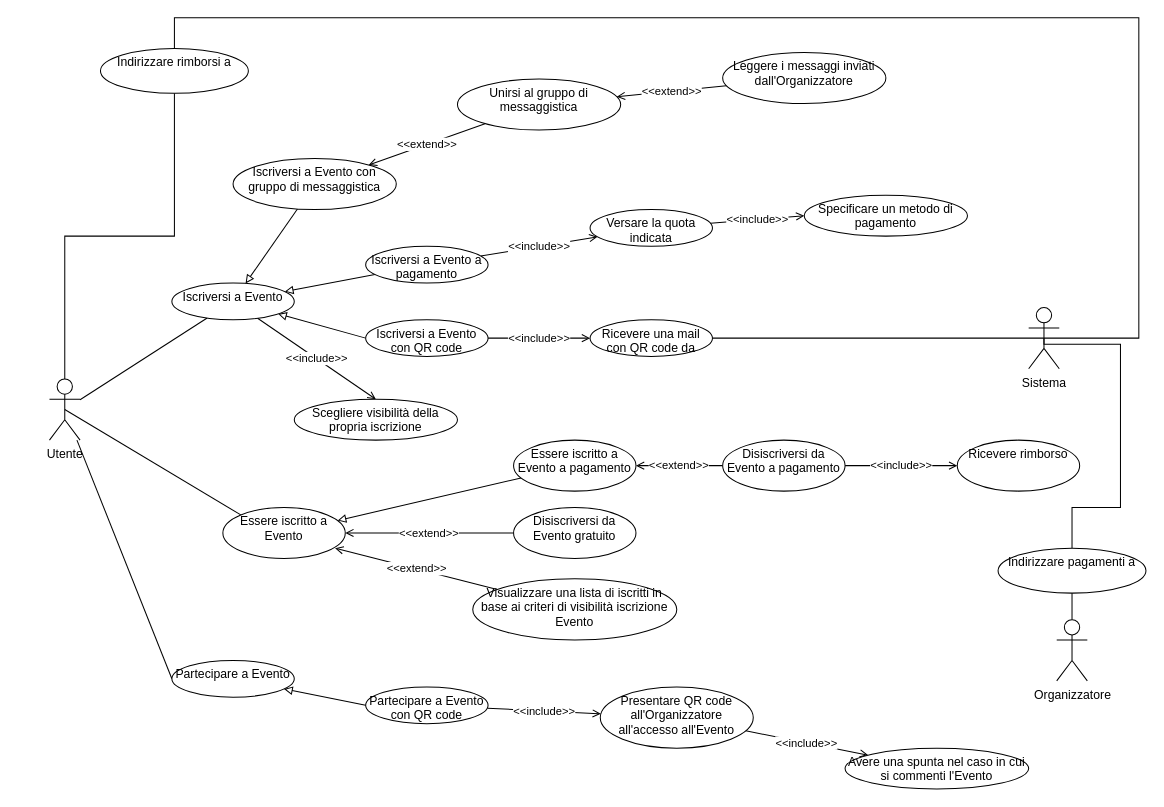
The draw.io diagram UseCase/RF15_Iscrizione_Evento/Iscrizione_Evento.drawio in 4spot-team/documentation, before the edit. Source tidied: cells renumbered, new cells numbered last; positions are measured from the earlier drawing's top-left corner, leaving out a move shared by most shapes. Both pictures are drawn from the tidied source at 102%, with x=0, y=0 at pixel (49, 17).
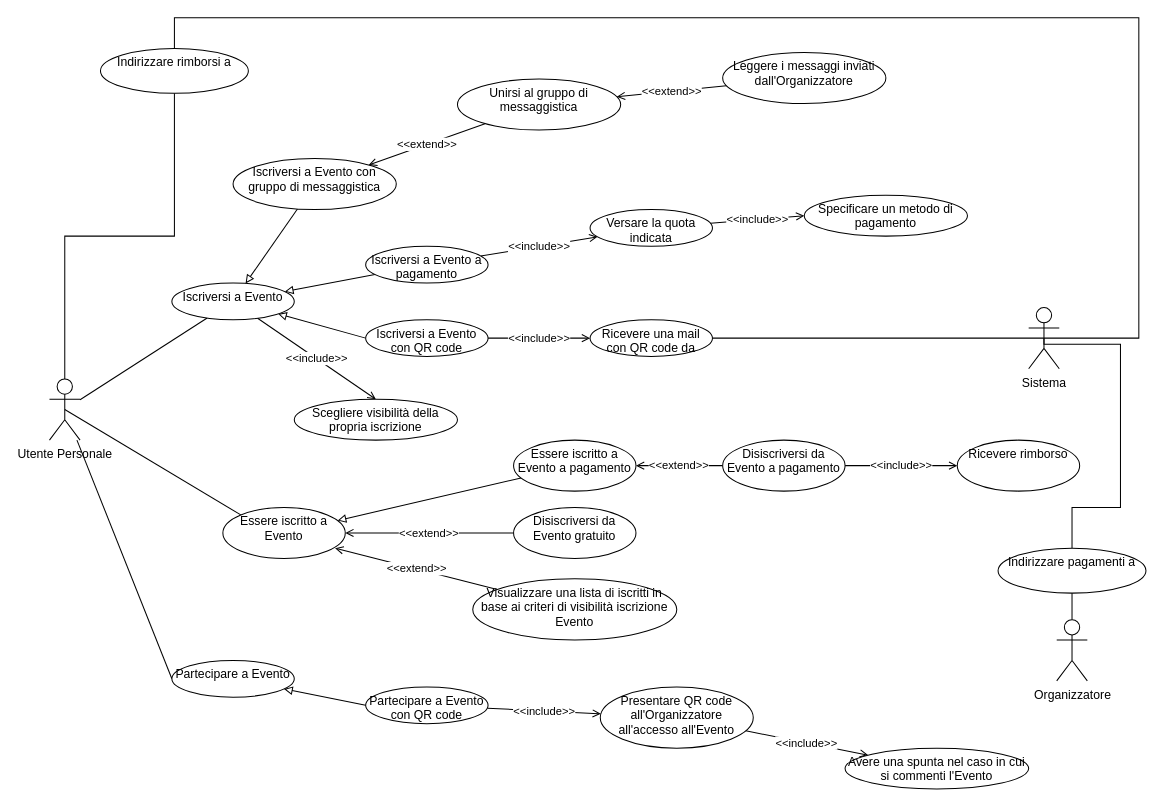
Above is the later version.

Diff of the diagram source:
```diff
@@
-    <mxCell id="5" value="Utente" style="shape=umlActor;verticalLabelPosition=bottom;verticalAlign=top;html=1;outlineConnect=0;" parent="1" vertex="1">
+    <mxCell id="5" value="Utente Personale" style="shape=umlActor;verticalLabelPosition=bottom;verticalAlign=top;html=1;outlineConnect=0;" parent="1" vertex="1">
       <mxGeometry y="354" width="30" height="60" as="geometry" />
     </mxCell>
```
